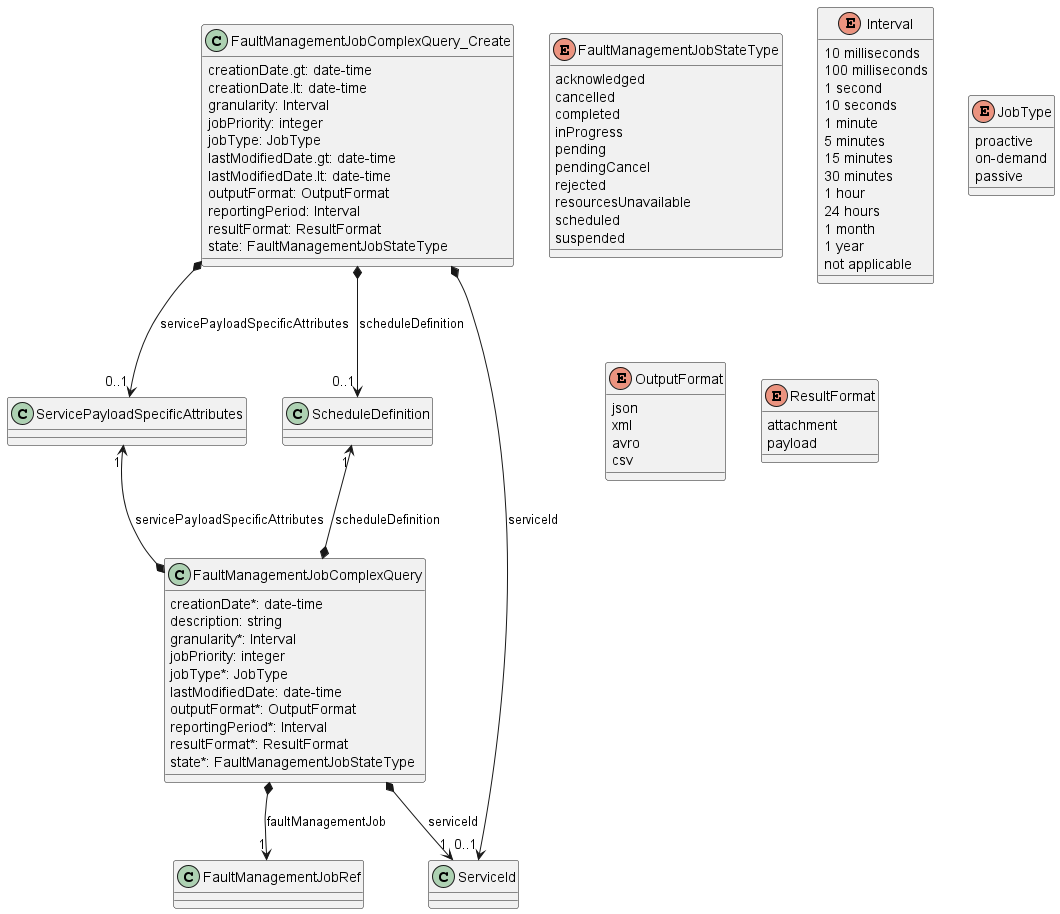
This is documentation/serviceApi/fm/media/faultManagementJobComplexQueryModel.png from MEF-GIT/MEF-LSO-Legato-SDK, a PlantUML export, as it was before one commit.
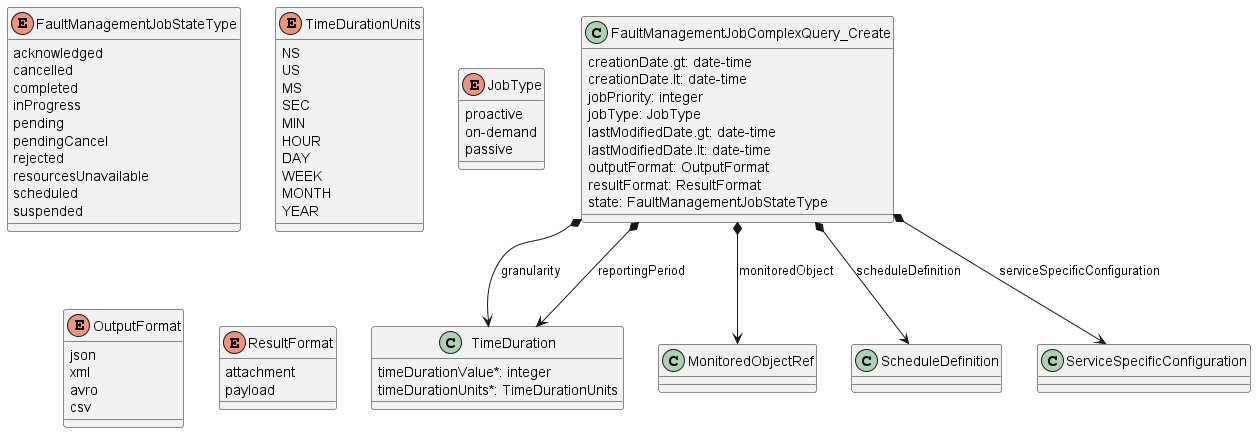
The same diagram one commit later.

Diff of the diagram source:
```diff
@@ -1,43 +1,23 @@
 @startuml faultManagementJobComplexQueryModel
-
-class FaultManagementJobComplexQuery {
-
-    creationDate*: date-time
-    description: string
-    granularity*: Interval
-    jobPriority: integer
-    jobType*: JobType
-    lastModifiedDate: date-time
-    outputFormat*: OutputFormat
-    reportingPeriod*: Interval
-    resultFormat*: ResultFormat
-    state*: FaultManagementJobStateType
-}
-
-FaultManagementJobComplexQuery *-->"1" FaultManagementJobRef : faultManagementJob
-FaultManagementJobComplexQuery *-u->"1" ScheduleDefinition : scheduleDefinition
-FaultManagementJobComplexQuery *-->"1" ServiceId : serviceId
-FaultManagementJobComplexQuery *-u->"1" ServicePayloadSpecificAttributes : servicePayloadSpecificAttributes
-
 
 class FaultManagementJobComplexQuery_Create {
 
     creationDate.gt: date-time
     creationDate.lt: date-time
-    granularity: Interval
     jobPriority: integer
     jobType: JobType
     lastModifiedDate.gt: date-time
     lastModifiedDate.lt: date-time
     outputFormat: OutputFormat
-    reportingPeriod: Interval
     resultFormat: ResultFormat
     state: FaultManagementJobStateType
 }
 
-FaultManagementJobComplexQuery_Create *-->"0..1" ScheduleDefinition : scheduleDefinition
-FaultManagementJobComplexQuery_Create *-->"0..1" ServiceId : serviceId
-FaultManagementJobComplexQuery_Create *-->"0..1" ServicePayloadSpecificAttributes : servicePayloadSpecificAttributes
+FaultManagementJobComplexQuery_Create *--> TimeDuration : granularity
+FaultManagementJobComplexQuery_Create *--> MonitoredObjectRef : monitoredObject
+FaultManagementJobComplexQuery_Create *--> TimeDuration : reportingPeriod
+FaultManagementJobComplexQuery_Create *--> ScheduleDefinition : scheduleDefinition
+FaultManagementJobComplexQuery_Create *--> ServiceSpecificConfiguration : serviceSpecificConfiguration
 
 enum FaultManagementJobStateType {
 
@@ -53,22 +33,28 @@
     suspended
 }
 
-enum Interval {
+class TimeDuration {
 
-    10 milliseconds
-    100 milliseconds
-    1 second
-    10 seconds
-    1 minute
-    5 minutes
-    15 minutes
-    30 minutes
-    1 hour
-    24 hours
-    1 month
-    1 year
-    not applicable
+    timeDurationValue*: integer
+    timeDurationUnits*: TimeDurationUnits
 }
+
+
+
+enum TimeDurationUnits {
+
+    NS
+    US
+    MS
+    SEC
+    MIN
+    HOUR
+    DAY
+    WEEK
+    MONTH
+    YEAR
+}
+
 enum JobType {
 
     proactive
```
